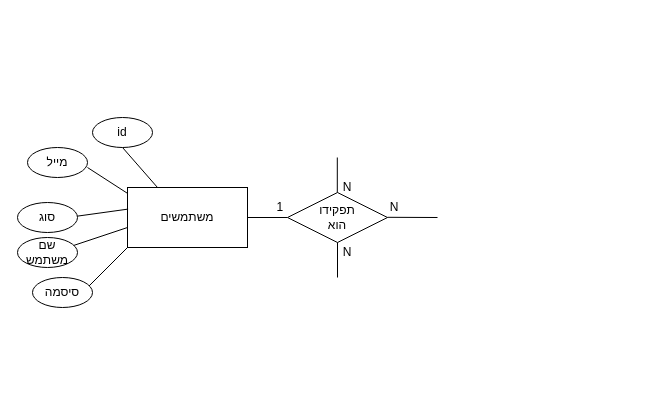
Earlier version of the draw.io diagram thefinalerd.drawio (nawrasfaour/OurFoodProj). Source tidied: cells renumbered, new cells numbered last; positions are measured from the earlier drawing's top-left corner, leaving out a move shared by most shapes. Both pictures are drawn from the tidied source at 100%, with x=0, y=0 at pixel (17, 117).
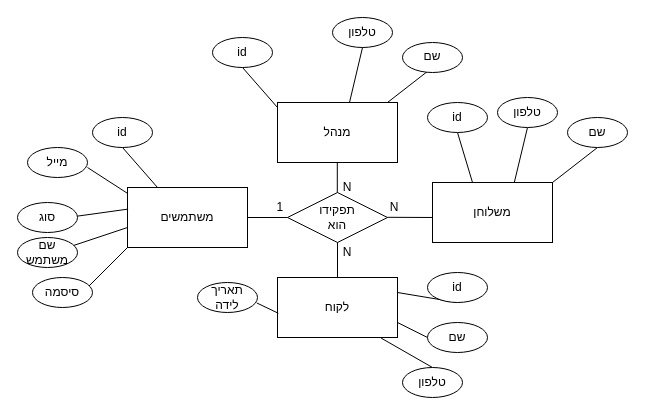
The same diagram, later.

Diff of the diagram source:
```diff
@@
+    <mxCell id="28" style="ellipse;whiteSpace=wrap;html=1;" parent="1" vertex="1">
+      <mxGeometry x="315" y="-100" width="60" height="30" as="geometry" />
+    </mxCell>
@@
+    <mxCell id="29" style="rounded=0;whiteSpace=wrap;html=1;" parent="1" vertex="1">
+      <mxGeometry x="260" y="-15" width="120" height="60" as="geometry" />
+    </mxCell>
+    <mxCell id="30" value="מנהל" style="text;html=1;align=center;verticalAlign=middle;whiteSpace=wrap;rounded=0;" parent="1" vertex="1">
+      <mxGeometry x="290" width="60" height="30" as="geometry" />
+    </mxCell>
+    <mxCell id="31" style="rounded=0;whiteSpace=wrap;html=1;" parent="1" vertex="1">
+      <mxGeometry x="415" y="65" width="120" height="60" as="geometry" />
+    </mxCell>
+    <mxCell id="32" value="משלוחן" style="text;html=1;align=center;verticalAlign=middle;whiteSpace=wrap;rounded=0;" parent="1" vertex="1">
+      <mxGeometry x="445" y="80" width="60" height="30" as="geometry" />
+    </mxCell>
+    <mxCell id="33" style="rounded=0;whiteSpace=wrap;html=1;" parent="1" vertex="1">
+      <mxGeometry x="260" y="160" width="120" height="60" as="geometry" />
+    </mxCell>
+    <mxCell id="34" value="לקוח" style="text;html=1;align=center;verticalAlign=middle;whiteSpace=wrap;rounded=0;" parent="1" vertex="1">
+      <mxGeometry x="290" y="175" width="60" height="30" as="geometry" />
+    </mxCell>
+    <mxCell id="35" style="endArrow=none;html=1;rounded=0;entryX=0.25;entryY=0;entryDx=0;entryDy=0;exitX=0.5;exitY=1;exitDx=0;exitDy=0;" parent="1" edge="1" source="36">
+      <mxGeometry relative="1" as="geometry">
+        <mxPoint x="260" y="-10" as="targetPoint" />
+      </mxGeometry>
+    </mxCell>
+    <mxCell id="36" style="ellipse;whiteSpace=wrap;html=1;" parent="1" vertex="1">
+      <mxGeometry x="195" y="-80" width="60" height="30" as="geometry" />
+    </mxCell>
+    <mxCell id="37" value="id" style="text;html=1;align=center;verticalAlign=middle;whiteSpace=wrap;rounded=0;" parent="1" vertex="1">
+      <mxGeometry x="200" y="-75" width="50" height="20" as="geometry" />
+    </mxCell>
+    <mxCell id="38" style="endArrow=none;html=1;rounded=0;entryX=0.25;entryY=0;entryDx=0;entryDy=0;exitX=0.5;exitY=1;exitDx=0;exitDy=0;" parent="1" edge="1" source="39">
+      <mxGeometry relative="1" as="geometry">
+        <mxPoint x="455" y="65" as="targetPoint" />
+      </mxGeometry>
+    </mxCell>
+    <mxCell id="39" style="ellipse;whiteSpace=wrap;html=1;" parent="1" vertex="1">
+      <mxGeometry x="410" y="-15" width="60" height="30" as="geometry" />
+    </mxCell>
+    <mxCell id="40" value="id" style="text;html=1;align=center;verticalAlign=middle;whiteSpace=wrap;rounded=0;" parent="1" vertex="1">
+      <mxGeometry x="415" y="-10" width="50" height="20" as="geometry" />
+    </mxCell>
+    <mxCell id="41" style="endArrow=none;html=1;rounded=0;entryX=1;entryY=0.25;entryDx=0;entryDy=0;exitX=0.5;exitY=1;exitDx=0;exitDy=0;" parent="1" edge="1" source="42" target="33">
+      <mxGeometry relative="1" as="geometry" />
+    </mxCell>
+    <mxCell id="42" style="ellipse;whiteSpace=wrap;html=1;" parent="1" vertex="1">
+      <mxGeometry x="410" y="155" width="60" height="30" as="geometry" />
+    </mxCell>
+    <mxCell id="43" value="id" style="text;html=1;align=center;verticalAlign=middle;whiteSpace=wrap;rounded=0;" parent="1" vertex="1">
+      <mxGeometry x="415" y="160" width="50" height="20" as="geometry" />
+    </mxCell>
+    <mxCell id="44" style="endArrow=none;html=1;rounded=0;entryX=1;entryY=0.75;entryDx=0;entryDy=0;exitX=0;exitY=0.5;exitDx=0;exitDy=0;" parent="1" edge="1" source="45" target="33">
+      <mxGeometry relative="1" as="geometry" />
+    </mxCell>
+    <mxCell id="45" style="ellipse;whiteSpace=wrap;html=1;" parent="1" vertex="1">
+      <mxGeometry x="410" y="205" width="60" height="30" as="geometry" />
+    </mxCell>
+    <mxCell id="46" value="שם" style="text;html=1;align=center;verticalAlign=middle;whiteSpace=wrap;rounded=0;" parent="1" vertex="1">
+      <mxGeometry x="415" y="210" width="50" height="20" as="geometry" />
+    </mxCell>
+    <mxCell id="47" style="endArrow=none;html=1;rounded=0;entryX=0.863;entryY=1.009;entryDx=0;entryDy=0;exitX=0.5;exitY=0;exitDx=0;exitDy=0;entryPerimeter=0;" parent="1" edge="1" source="48" target="33">
+      <mxGeometry relative="1" as="geometry" />
+    </mxCell>
+    <mxCell id="48" style="ellipse;whiteSpace=wrap;html=1;" parent="1" vertex="1">
+      <mxGeometry x="385" y="250" width="60" height="30" as="geometry" />
+    </mxCell>
+    <mxCell id="49" value="טלפון" style="text;html=1;align=center;verticalAlign=middle;whiteSpace=wrap;rounded=0;" parent="1" vertex="1">
+      <mxGeometry x="390" y="255" width="50" height="20" as="geometry" />
+    </mxCell>
+    <mxCell id="50" style="endArrow=none;html=1;rounded=0;entryX=0.007;entryY=0.596;entryDx=0;entryDy=0;exitX=0.987;exitY=0.681;exitDx=0;exitDy=0;entryPerimeter=0;exitPerimeter=0;" parent="1" edge="1" source="51" target="33">
+      <mxGeometry relative="1" as="geometry" />
+    </mxCell>
+    <mxCell id="51" style="ellipse;whiteSpace=wrap;html=1;" parent="1" vertex="1">
+      <mxGeometry x="180" y="165" width="60" height="30" as="geometry" />
+    </mxCell>
+    <mxCell id="52" value="תאריך לידה" style="text;html=1;align=center;verticalAlign=middle;whiteSpace=wrap;rounded=0;" parent="1" vertex="1">
+      <mxGeometry x="185" y="170" width="50" height="20" as="geometry" />
+    </mxCell>
+    <mxCell id="53" style="endArrow=none;html=1;rounded=0;entryX=0.681;entryY=0.005;entryDx=0;entryDy=0;exitX=0.5;exitY=1;exitDx=0;exitDy=0;entryPerimeter=0;" parent="1" edge="1" source="54" target="31">
+      <mxGeometry relative="1" as="geometry" />
+    </mxCell>
+    <mxCell id="54" style="ellipse;whiteSpace=wrap;html=1;" parent="1" vertex="1">
+      <mxGeometry x="480" y="-20" width="60" height="30" as="geometry" />
+    </mxCell>
+    <mxCell id="55" value="טלפון" style="text;html=1;align=center;verticalAlign=middle;whiteSpace=wrap;rounded=0;" parent="1" vertex="1">
+      <mxGeometry x="485" y="-15" width="50" height="20" as="geometry" />
+    </mxCell>
+    <mxCell id="56" style="endArrow=none;html=1;rounded=0;entryX=1;entryY=0;entryDx=0;entryDy=0;exitX=0.5;exitY=1;exitDx=0;exitDy=0;" parent="1" edge="1" source="57" target="31">
+      <mxGeometry relative="1" as="geometry" />
+    </mxCell>
+    <mxCell id="57" style="ellipse;whiteSpace=wrap;html=1;" parent="1" vertex="1">
+      <mxGeometry x="550" width="60" height="30" as="geometry" />
+    </mxCell>
+    <mxCell id="58" value="שם" style="text;html=1;align=center;verticalAlign=middle;whiteSpace=wrap;rounded=0;" parent="1" vertex="1">
+      <mxGeometry x="555" y="5" width="50" height="20" as="geometry" />
+    </mxCell>
+    <mxCell id="59" style="endArrow=none;html=1;rounded=0;entryX=0.681;entryY=0.005;entryDx=0;entryDy=0;exitX=0.5;exitY=1;exitDx=0;exitDy=0;entryPerimeter=0;" parent="1" edge="1">
+      <mxGeometry relative="1" as="geometry">
+        <mxPoint x="345" y="-70" as="sourcePoint" />
+        <mxPoint x="332" y="-15" as="targetPoint" />
+      </mxGeometry>
+    </mxCell>
+    <mxCell id="60" value="טלפון" style="text;html=1;align=center;verticalAlign=middle;whiteSpace=wrap;rounded=0;" parent="1" vertex="1">
+      <mxGeometry x="320" y="-95" width="50" height="20" as="geometry" />
+    </mxCell>
+    <mxCell id="61" style="endArrow=none;html=1;rounded=0;entryX=1;entryY=0;entryDx=0;entryDy=0;exitX=0.5;exitY=1;exitDx=0;exitDy=0;" parent="1" edge="1">
+      <mxGeometry relative="1" as="geometry">
+        <mxPoint x="415" y="-50" as="sourcePoint" />
+        <mxPoint x="370" y="-15" as="targetPoint" />
+      </mxGeometry>
+    </mxCell>
+    <mxCell id="62" style="ellipse;whiteSpace=wrap;html=1;" parent="1" vertex="1">
+      <mxGeometry x="385" y="-75" width="60" height="30" as="geometry" />
+    </mxCell>
+    <mxCell id="63" value="שם" style="text;html=1;align=center;verticalAlign=top;whiteSpace=wrap;rounded=0;" parent="1" vertex="1">
+      <mxGeometry x="390" y="-75" width="50" height="20" as="geometry" />
+    </mxCell>
```
